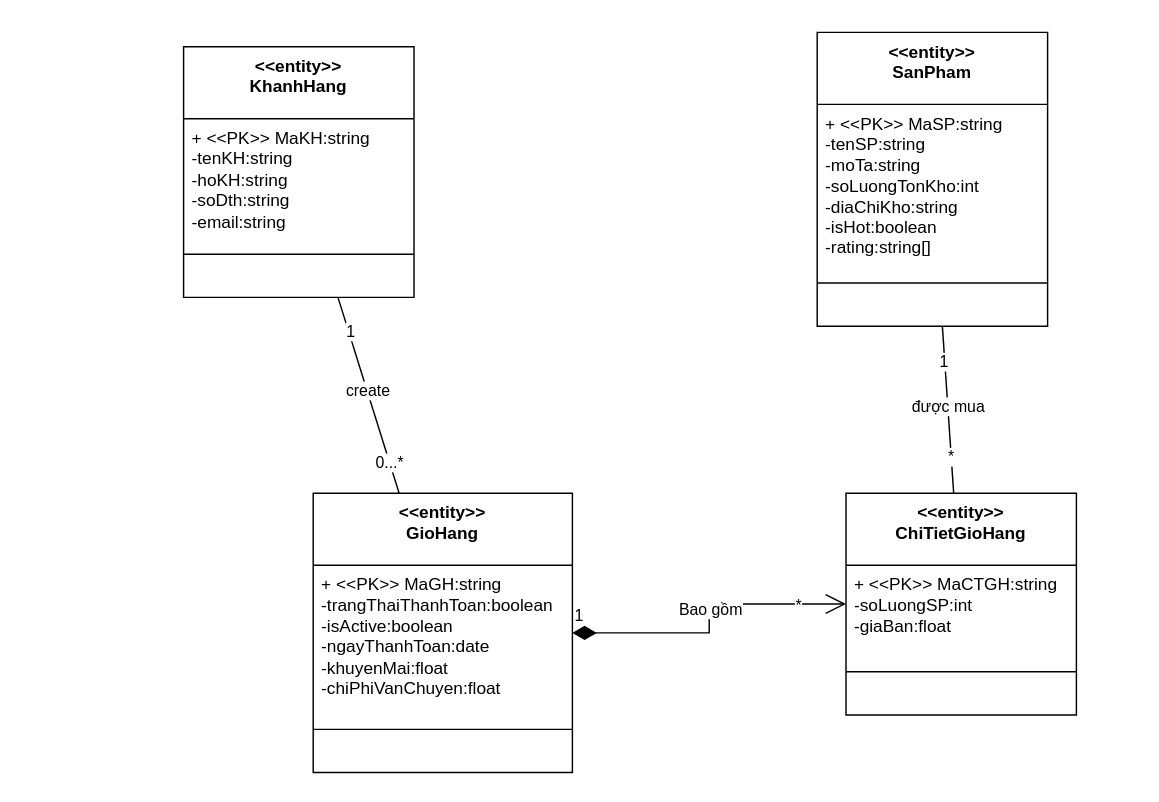
Earlier version of the draw.io diagram BaiTap2/class diagram module gio hang.drawio (Invilesaniris/KTPM-kiem-thu--2025-2026-HKI). Source tidied: cells renumbered, new cells numbered last; positions are measured from the earlier drawing's top-left corner, leaving out a move shared by most shapes. Both pictures are drawn from the tidied source at 144%, with x=0, y=0 at pixel (183, 32).
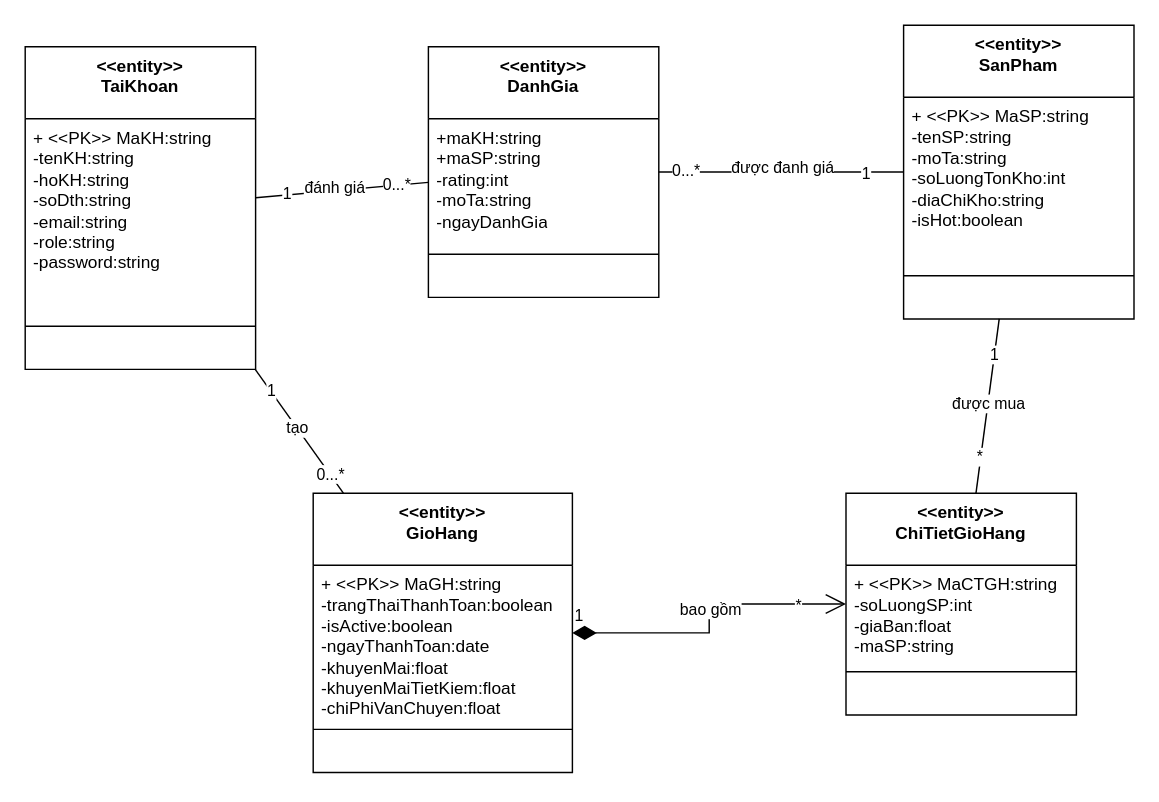
The same page after the edit.

Unchanged cells that the change refers to:
```xml
<mxCell id="10" value="&amp;lt;&amp;lt;entity&amp;gt;&amp;gt;&lt;br&gt;GioHang" style="swimlane;fontStyle=1;align=center;verticalAlign=top;horizontal=1;startSize=50;whiteSpace=wrap;html=1;" parent="1" vertex="1">
  <mxGeometry x="90" y="320" width="180" height="194" as="geometry" />
</mxCell>
<mxCell id="14" style="rounded=0;jettySize=auto;html=1;endArrow=none;endFill=0;" parent="1" edge="1" source="2" target="10">
  <mxGeometry relative="1" as="geometry" />
</mxCell>
<mxCell id="18" value="&amp;lt;&amp;lt;entity&amp;gt;&amp;gt;&lt;br&gt;ChiTietGioHang" style="swimlane;fontStyle=1;align=center;verticalAlign=top;horizontal=1;startSize=50;whiteSpace=wrap;html=1;" parent="1" vertex="1">
  <mxGeometry x="460" y="320" width="160" height="154" as="geometry" />
</mxCell>
<mxCell id="22" value="1" style="endArrow=open;html=1;endSize=12;startArrow=diamondThin;startSize=14;startFill=1;edgeStyle=orthogonalEdgeStyle;align=left;verticalAlign=bottom;rounded=0;strokeColor=default;fontFamily=Helvetica;fontSize=11;fontColor=default;labelBackgroundColor=default;" parent="1" edge="1" source="10" target="18">
  <mxGeometry x="-1" y="3" relative="1" as="geometry" />
</mxCell>
```

Diff of the diagram source:
```diff
@@
+    <mxCell id="29" style="edgeStyle=none;rounded=0;jettySize=auto;html=1;strokeColor=default;align=center;verticalAlign=middle;fontFamily=Helvetica;fontSize=11;fontColor=default;labelBackgroundColor=default;endArrow=none;endFill=0;" parent="1" edge="1" source="2" target="37">
+      <mxGeometry relative="1" as="geometry" />
+    </mxCell>
+    <mxCell id="30" value="đánh giá" style="edgeLabel;html=1;align=center;verticalAlign=middle;fontFamily=Helvetica;fontSize=11;fontColor=default;labelBackgroundColor=default;" parent="29" vertex="1">
+      <mxGeometry x="-0.08" y="2" relative="1" as="geometry" />
+    </mxCell>
+    <mxCell id="31" value="0...*" style="edgeLabel;html=1;align=center;verticalAlign=middle;fontFamily=Helvetica;fontSize=11;fontColor=default;labelBackgroundColor=default;" parent="29" vertex="1">
+      <mxGeometry x="0.63" y="1" relative="1" as="geometry" />
+    </mxCell>
+    <mxCell id="32" value="1" style="edgeLabel;html=1;align=center;verticalAlign=middle;fontFamily=Helvetica;fontSize=11;fontColor=default;labelBackgroundColor=default;" parent="29" vertex="1">
+      <mxGeometry x="-0.63" y="1" relative="1" as="geometry" />
+    </mxCell>
-    <mxCell id="2" value="&amp;lt;&amp;lt;entity&amp;gt;&amp;gt;&lt;br&gt;KhanhHang" style="swimlane;fontStyle=1;align=center;verticalAlign=top;horizontal=1;startSize=50;whiteSpace=wrap;html=1;" parent="1" vertex="1">
-      <mxGeometry y="10" width="160" height="174" as="geometry" />
+    <mxCell id="2" value="&amp;lt;&amp;lt;entity&amp;gt;&amp;gt;&lt;br&gt;TaiKhoan" style="swimlane;fontStyle=1;align=center;verticalAlign=top;horizontal=1;startSize=50;whiteSpace=wrap;html=1;" parent="1" vertex="1">
+      <mxGeometry x="-110" y="10" width="160" height="224" as="geometry" />
     </mxCell>
-    <mxCell id="3" value="+ &amp;lt;&amp;lt;PK&amp;gt;&amp;gt; MaKH:string&lt;br&gt;-tenKH:string&lt;br&gt;-hoKH:string&lt;br&gt;-soDth:string&lt;br&gt;-email:string" style="text;strokeColor=none;fillColor=none;align=left;verticalAlign=top;spacingLeft=4;spacingRight=4;overflow=hidden;whiteSpace=wrap;html=1;" parent="2" vertex="1">
-      <mxGeometry y="50" width="160" height="90" as="geometry" />
+    <mxCell id="3" value="+ &amp;lt;&amp;lt;PK&amp;gt;&amp;gt; MaKH:string&lt;br&gt;-tenKH:string&lt;br&gt;-hoKH:string&lt;br&gt;-soDth:string&lt;br&gt;-email:string&lt;div&gt;-role:string&lt;/div&gt;&lt;div&gt;-password:string&lt;/div&gt;" style="text;strokeColor=none;fillColor=none;align=left;verticalAlign=top;spacingLeft=4;spacingRight=4;overflow=hidden;whiteSpace=wrap;html=1;" parent="2" vertex="1">
+      <mxGeometry y="50" width="160" height="140" as="geometry" />
     </mxCell>
     <mxCell id="4" style="line;strokeWidth=1;fillColor=none;align=left;verticalAlign=middle;spacingTop=-1;spacingLeft=3;spacingRight=3;labelPosition=right;strokeColor=inherit;" parent="2" vertex="1">
-      <mxGeometry y="140" width="160" height="8" as="geometry" />
+      <mxGeometry y="190" width="160" height="8" as="geometry" />
     </mxCell>
     <mxCell id="5" value="&amp;nbsp;" style="text;strokeColor=none;fillColor=none;align=left;verticalAlign=top;spacingLeft=4;spacingRight=4;overflow=hidden;whiteSpace=wrap;html=1;" parent="2" vertex="1">
-      <mxGeometry y="148" width="160" height="26" as="geometry" />
+      <mxGeometry y="198" width="160" height="26" as="geometry" />
     </mxCell>
     <mxCell id="6" value="&amp;lt;&amp;lt;entity&amp;gt;&amp;gt;&lt;br&gt;SanPham" style="swimlane;fontStyle=1;align=center;verticalAlign=top;horizontal=1;startSize=50;whiteSpace=wrap;html=1;" parent="1" vertex="1">
-      <mxGeometry x="440" width="160" height="204" as="geometry" />
+      <mxGeometry x="500" y="-5" width="160" height="204" as="geometry" />
     </mxCell>
-    <mxCell id="7" value="+ &amp;lt;&amp;lt;PK&amp;gt;&amp;gt; MaSP:string&lt;br&gt;-tenSP:string&lt;br&gt;-moTa:string&lt;br&gt;-soLuongTonKho:int&lt;br&gt;-diaChiKho:string&lt;br&gt;-isHot:boolean&lt;br&gt;-rating:string[]" style="text;strokeColor=none;fillColor=none;align=left;verticalAlign=top;spacingLeft=4;spacingRight=4;overflow=hidden;whiteSpace=wrap;html=1;" parent="6" vertex="1">
+    <mxCell id="7" value="+ &amp;lt;&amp;lt;PK&amp;gt;&amp;gt; MaSP:string&lt;br&gt;-tenSP:string&lt;br&gt;-moTa:string&lt;br&gt;-soLuongTonKho:int&lt;br&gt;-diaChiKho:string&lt;br&gt;-isHot:boolean" style="text;strokeColor=none;fillColor=none;align=left;verticalAlign=top;spacingLeft=4;spacingRight=4;overflow=hidden;whiteSpace=wrap;html=1;" parent="6" vertex="1">
       <mxGeometry y="50" width="160" height="120" as="geometry" />
     </mxCell>
@@
-    <mxCell id="11" value="+ &amp;lt;&amp;lt;PK&amp;gt;&amp;gt; MaGH:string&lt;br&gt;-trangThaiThanhToan:boolean&lt;br&gt;-isActive:boolean&lt;br&gt;-ngayThanhToan:date&lt;br&gt;-khuyenMai:float&lt;br&gt;-chiPhiVanChuyen:float&lt;br&gt;&lt;br&gt;&lt;div&gt;&lt;br&gt;&lt;/div&gt;" style="text;strokeColor=none;fillColor=none;align=left;verticalAlign=top;spacingLeft=4;spacingRight=4;overflow=hidden;whiteSpace=wrap;html=1;" parent="10" vertex="1">
+    <mxCell id="11" value="+ &amp;lt;&amp;lt;PK&amp;gt;&amp;gt; MaGH:string&lt;br&gt;-trangThaiThanhToan:boolean&lt;br&gt;-isActive:boolean&lt;br&gt;-ngayThanhToan:date&lt;br&gt;-khuyenMai:float&lt;br&gt;-khuyenMaiTietKiem:float&lt;br&gt;-chiPhiVanChuyen:float" style="text;strokeColor=none;fillColor=none;align=left;verticalAlign=top;spacingLeft=4;spacingRight=4;overflow=hidden;whiteSpace=wrap;html=1;" parent="10" vertex="1">
       <mxGeometry y="50" width="180" height="110" as="geometry" />
     </mxCell>
@@
-    <mxCell id="15" value="create" style="edgeLabel;html=1;align=center;verticalAlign=middle;fontFamily=Helvetica;fontSize=11;fontColor=default;labelBackgroundColor=default;" parent="14" vertex="1">
+    <mxCell id="15" value="tạo" style="edgeLabel;html=1;align=center;verticalAlign=middle;fontFamily=Helvetica;fontSize=11;fontColor=default;labelBackgroundColor=default;" parent="14" vertex="1">
       <mxGeometry x="-0.05" relative="1" as="geometry" />
     </mxCell>
@@
-    <mxCell id="19" value="+ &amp;lt;&amp;lt;PK&amp;gt;&amp;gt; MaCTGH:string&lt;br&gt;-soLuongSP:int&lt;br&gt;-giaBan:float&lt;br&gt;&lt;br&gt;&lt;br&gt;&lt;div&gt;&lt;br&gt;&lt;/div&gt;" style="text;strokeColor=none;fillColor=none;align=left;verticalAlign=top;spacingLeft=4;spacingRight=4;overflow=hidden;whiteSpace=wrap;html=1;" parent="18" vertex="1">
+    <mxCell id="19" value="+ &amp;lt;&amp;lt;PK&amp;gt;&amp;gt; MaCTGH:string&lt;br&gt;-soLuongSP:int&lt;br&gt;-giaBan:float&lt;br&gt;-maSP:string" style="text;strokeColor=none;fillColor=none;align=left;verticalAlign=top;spacingLeft=4;spacingRight=4;overflow=hidden;whiteSpace=wrap;html=1;" parent="18" vertex="1">
       <mxGeometry y="50" width="160" height="70" as="geometry" />
     </mxCell>
@@
-    <mxCell id="23" value="Bao gồm" style="edgeLabel;html=1;align=center;verticalAlign=middle;fontFamily=Helvetica;fontSize=11;fontColor=default;labelBackgroundColor=default;" parent="22" vertex="1">
+    <mxCell id="23" value="bao gồm" style="edgeLabel;html=1;align=center;verticalAlign=middle;fontFamily=Helvetica;fontSize=11;fontColor=default;labelBackgroundColor=default;" parent="22" vertex="1">
       <mxGeometry x="0.07" relative="1" as="geometry" />
     </mxCell>
@@
+    <mxCell id="33" style="edgeStyle=none;rounded=0;jettySize=auto;html=1;strokeColor=default;align=center;verticalAlign=middle;fontFamily=Helvetica;fontSize=11;fontColor=default;labelBackgroundColor=default;endArrow=none;endFill=0;" parent="1" edge="1" source="37" target="6">
+      <mxGeometry relative="1" as="geometry" />
+    </mxCell>
+    <mxCell id="34" value="được đanh giá" style="edgeLabel;html=1;align=center;verticalAlign=middle;fontFamily=Helvetica;fontSize=11;fontColor=default;labelBackgroundColor=default;" parent="33" vertex="1">
+      <mxGeometry y="3" relative="1" as="geometry">
+        <mxPoint y="-1" as="offset" />
+      </mxGeometry>
+    </mxCell>
+    <mxCell id="35" value="1" style="edgeLabel;html=1;align=center;verticalAlign=middle;fontFamily=Helvetica;fontSize=11;fontColor=default;labelBackgroundColor=default;" parent="33" vertex="1">
+      <mxGeometry x="0.68" relative="1" as="geometry" />
+    </mxCell>
+    <mxCell id="36" value="0...*" style="edgeLabel;html=1;align=center;verticalAlign=middle;fontFamily=Helvetica;fontSize=11;fontColor=default;labelBackgroundColor=default;" parent="33" vertex="1">
+      <mxGeometry x="-0.79" y="2" relative="1" as="geometry" />
+    </mxCell>
+    <mxCell id="37" value="&amp;lt;&amp;lt;entity&amp;gt;&amp;gt;&lt;br&gt;DanhGia" style="swimlane;fontStyle=1;align=center;verticalAlign=top;horizontal=1;startSize=50;whiteSpace=wrap;html=1;" parent="1" vertex="1">
+      <mxGeometry x="170" y="10" width="160" height="174" as="geometry" />
+    </mxCell>
+    <mxCell id="38" value="+maKH:string&lt;br&gt;+maSP:string&lt;br&gt;-rating:int&lt;br&gt;-moTa:string&lt;br&gt;-ngayDanhGia" style="text;strokeColor=none;fillColor=none;align=left;verticalAlign=top;spacingLeft=4;spacingRight=4;overflow=hidden;whiteSpace=wrap;html=1;" parent="37" vertex="1">
+      <mxGeometry y="50" width="160" height="90" as="geometry" />
+    </mxCell>
+    <mxCell id="39" style="line;strokeWidth=1;fillColor=none;align=left;verticalAlign=middle;spacingTop=-1;spacingLeft=3;spacingRight=3;labelPosition=right;strokeColor=inherit;" parent="37" vertex="1">
+      <mxGeometry y="140" width="160" height="8" as="geometry" />
+    </mxCell>
+    <mxCell id="40" value="&amp;nbsp;" style="text;strokeColor=none;fillColor=none;align=left;verticalAlign=top;spacingLeft=4;spacingRight=4;overflow=hidden;whiteSpace=wrap;html=1;" parent="37" vertex="1">
+      <mxGeometry y="148" width="160" height="26" as="geometry" />
+    </mxCell>
```
